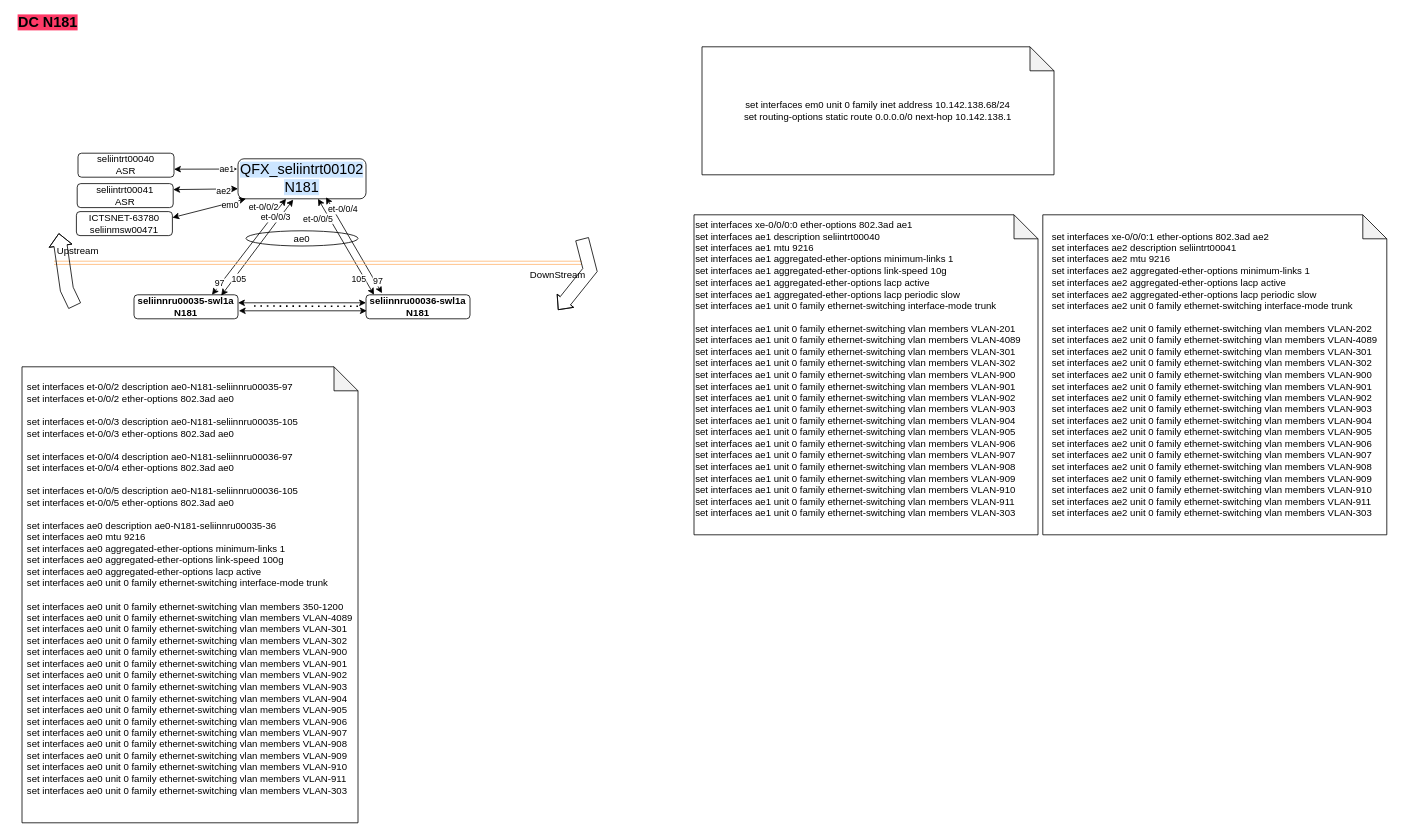
Earlier version of the draw.io diagram page "N181" (3 of 3) of N99_N280EXMPLE.drawio (nabi69/python-random-quote). Source tidied: cells renumbered, new cells numbered last; positions are measured from the earlier drawing's top-left corner, leaving out a move shared by most shapes. Both pictures are drawn from the tidied source at 80%, with x=0, y=0 at pixel (14, 14).
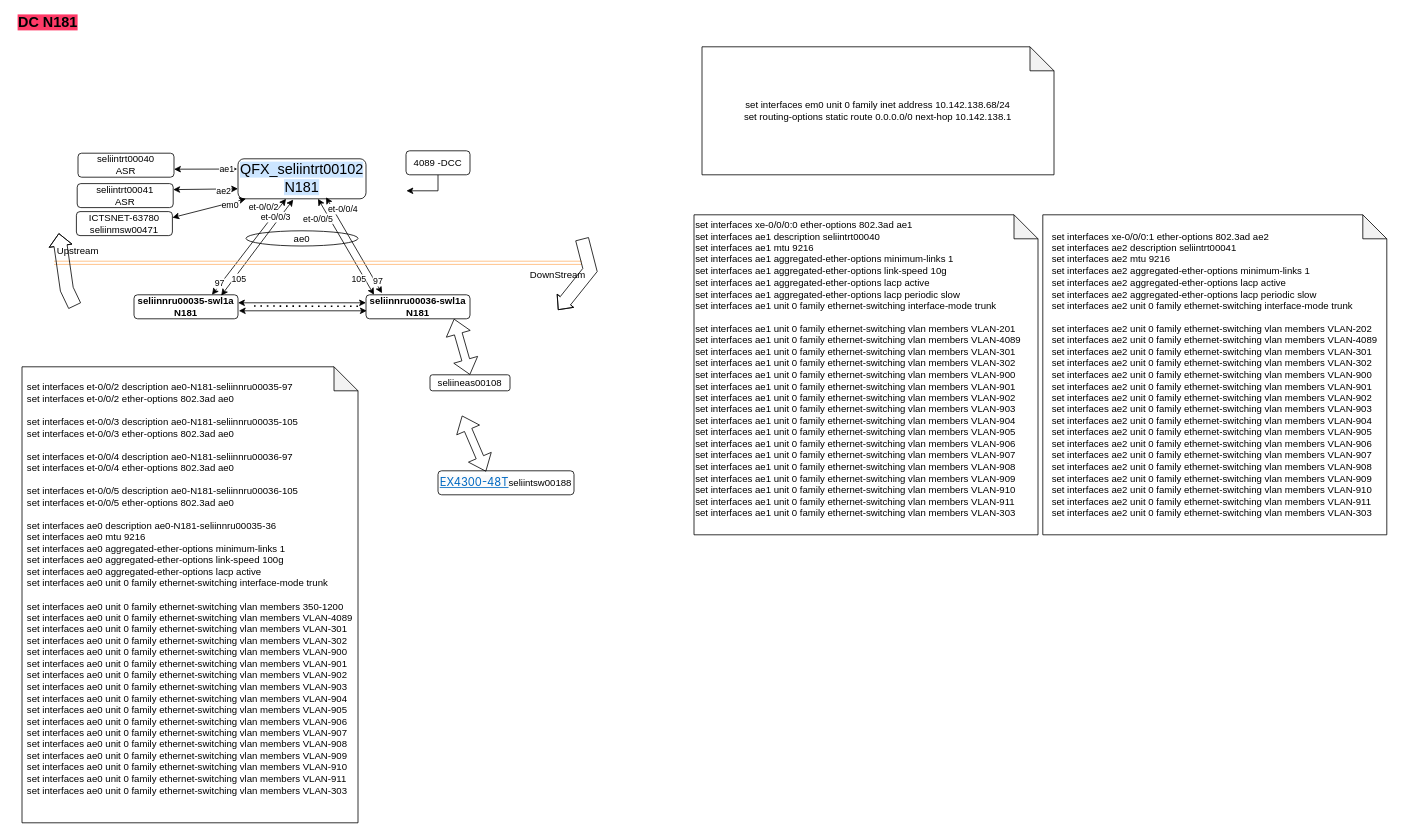
The same diagram, later.

Diff of the diagram source:
```diff
@@
+    <mxCell id="40" value="seliineas00108" style="rounded=1;whiteSpace=wrap;html=1;" parent="1" vertex="1">
+      <mxGeometry x="520" y="450" width="100" height="20" as="geometry" />
+    </mxCell>
+    <mxCell id="41" style="shape=flexArrow;endArrow=classic;startArrow=classic;html=1;rounded=0;exitX=0.5;exitY=0;exitDx=0;exitDy=0;" parent="1" edge="1" source="40">
+      <mxGeometry relative="1" as="geometry">
+        <mxPoint x="550" y="380" as="targetPoint" />
+      </mxGeometry>
+    </mxCell>
+    <mxCell id="42" value="&lt;a style=&quot;box-sizing: border-box; color: rgb(0, 105, 194); background-color: rgb(250, 250, 250); cursor: pointer; font-family: &amp;quot;Ericsson Hilda&amp;quot;, -apple-system, BlinkMacSystemFont, &amp;quot;Segoe UI&amp;quot;, Roboto, &amp;quot;Helvetica Neue&amp;quot;, Arial, sans-serif, &amp;quot;Apple Color Emoji&amp;quot;, &amp;quot;Segoe UI Emoji&amp;quot;, &amp;quot;Segoe UI Symbol&amp;quot;; font-size: 14px; text-align: left;&quot; class=&quot;ng-star-inserted&quot; href=&quot;https://hydra.gic.ericsson.se/template_ci/68410/data&quot;&gt;EX4300-48T&lt;/a&gt;seliintsw00188" style="rounded=1;whiteSpace=wrap;html=1;" parent="1" vertex="1">
+      <mxGeometry x="530" y="570" width="170" height="30" as="geometry" />
+    </mxCell>
+    <mxCell id="43" style="shape=flexArrow;endArrow=classic;startArrow=classic;html=1;rounded=0;exitX=0.5;exitY=0;exitDx=0;exitDy=0;" parent="1" edge="1">
+      <mxGeometry relative="1" as="geometry">
+        <mxPoint x="590" y="571" as="sourcePoint" />
+        <mxPoint x="560" y="501" as="targetPoint" />
+      </mxGeometry>
+    </mxCell>
+    <mxCell id="44" style="edgeStyle=orthogonalEdgeStyle;rounded=0;jettySize=auto;html=1;exitX=0.5;exitY=1;exitDx=0;exitDy=0;" parent="1" edge="1" source="45">
+      <mxGeometry relative="1" as="geometry">
+        <mxPoint x="490" y="220" as="targetPoint" />
+      </mxGeometry>
+    </mxCell>
+    <mxCell id="45" value="4089 -DCC" style="rounded=1;whiteSpace=wrap;html=1;" parent="1" vertex="1">
+      <mxGeometry x="490" y="170" width="80" height="30" as="geometry" />
+    </mxCell>
```
